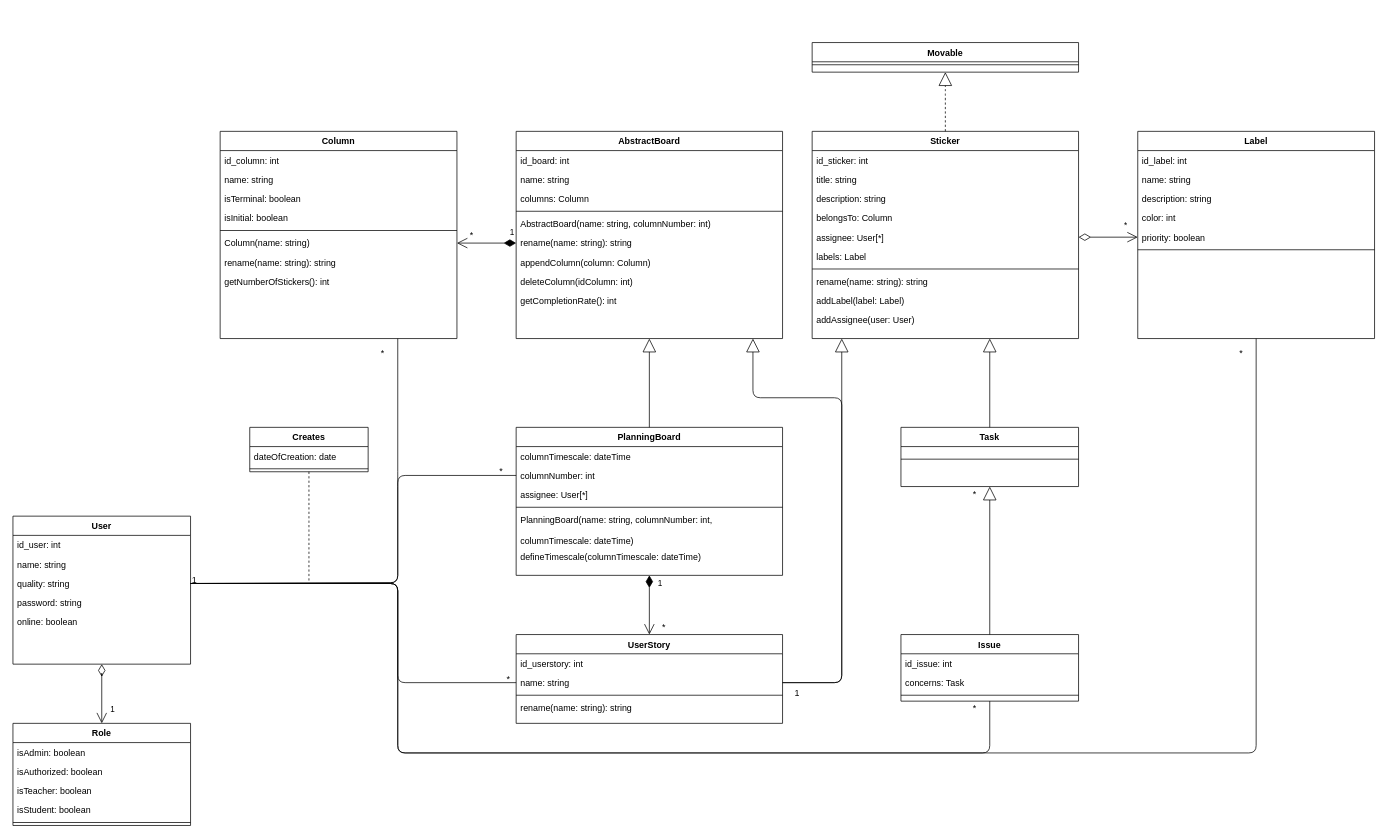
The draw.io diagram Diagrams/Class Diagram.drawio in RedaPengam/Boardy, before the edit. Source tidied: cells renumbered, new cells numbered last; positions are measured from the earlier drawing's top-left corner, leaving out a move shared by most shapes. Both pictures are drawn from the tidied source at 74%, with x=0, y=0 at pixel (13, 42).
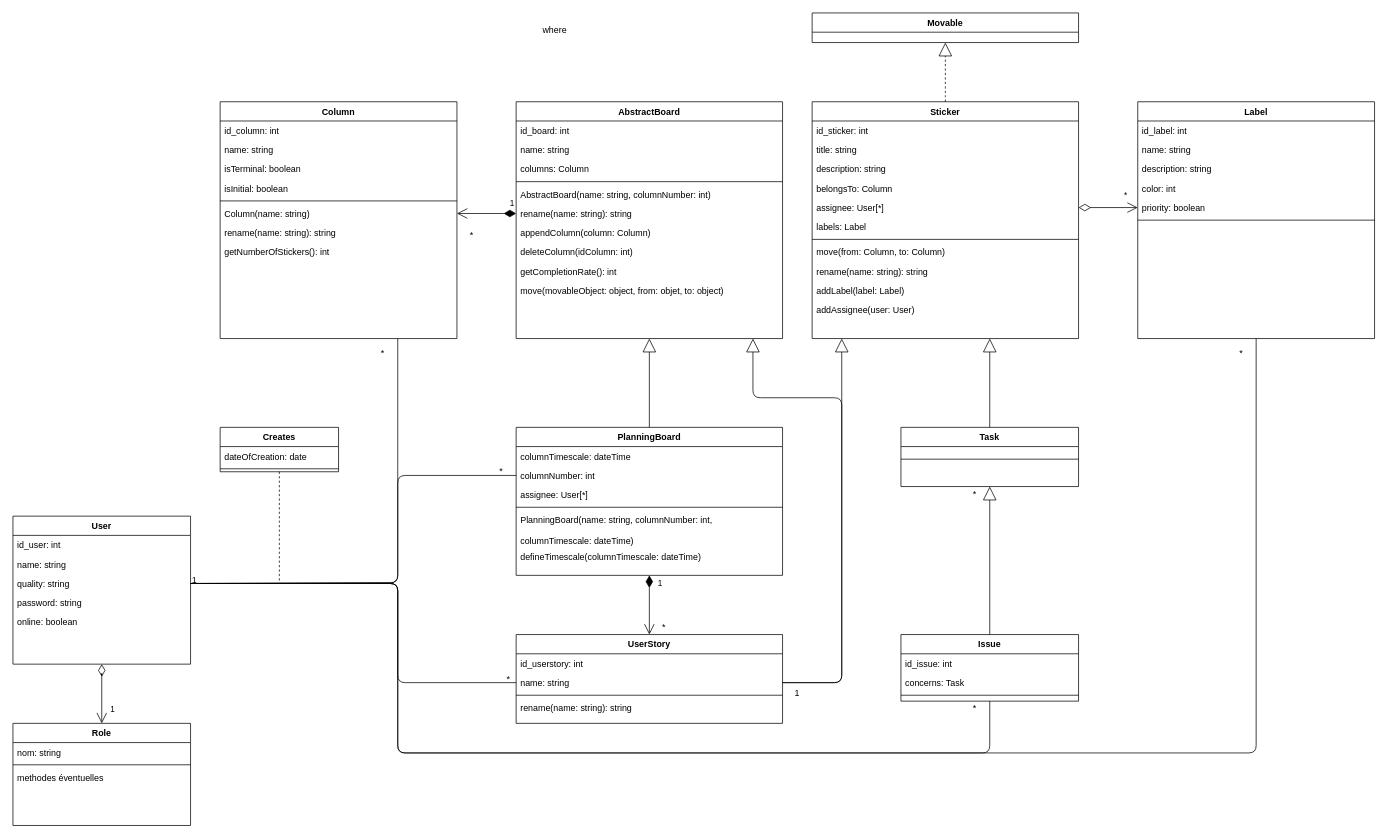
The same page after the edit.

The change refers to these unchanged cells:
```xml
<mxCell id="2" value="User" style="swimlane;fontStyle=1;align=center;verticalAlign=top;horizontal=1;startSize=26;rounded=0;shadow=0;strokeWidth=1;" parent="1" vertex="1">
  <mxGeometry y="640" width="240" height="200" as="geometry" />
</mxCell>
<mxCell id="56" value="Role" style="swimlane;fontStyle=1;align=center;verticalAlign=top;horizontal=1;startSize=26;rounded=0;shadow=0;strokeWidth=1;" parent="1" vertex="1">
  <mxGeometry y="920" width="240" height="138" as="geometry" />
</mxCell>
```

The edit, as a diff of the source:
```diff
@@
     <mxCell id="8" value="AbstractBoard" style="swimlane;fontStyle=1;align=center;verticalAlign=top;horizontal=1;startSize=26;rounded=0;shadow=0;strokeWidth=1;" parent="1" vertex="1">
-      <mxGeometry x="680" y="120" width="360" height="280" as="geometry" />
+      <mxGeometry x="680" y="80" width="360" height="320" as="geometry" />
     </mxCell>
@@
+    <mxCell id="100" value="move(movableObject: object, from: objet, to: object)" style="text;align=left;verticalAlign=top;spacingLeft=4;spacingRight=4;overflow=hidden;" parent="8" vertex="1">
+      <mxGeometry y="242" width="360" height="26" as="geometry" />
+    </mxCell>
@@
     <mxCell id="30" value="Sticker" style="swimlane;fontStyle=1;align=center;verticalAlign=top;horizontal=1;startSize=26;rounded=0;shadow=0;strokeWidth=1;" parent="1" vertex="1">
-      <mxGeometry x="1080" y="120" width="360" height="280" as="geometry" />
+      <mxGeometry x="1080" y="80" width="360" height="320" as="geometry" />
     </mxCell>
@@
+    <mxCell id="101" value="move(from: Column, to: Column)" style="text;align=left;verticalAlign=top;spacingLeft=4;spacingRight=4;overflow=hidden;" parent="30" vertex="1">
+      <mxGeometry y="190" width="360" height="26" as="geometry" />
+    </mxCell>
     <mxCell id="38" value="rename(name: string): string" style="text;align=left;verticalAlign=top;spacingLeft=4;spacingRight=4;overflow=hidden;" parent="30" vertex="1">
-      <mxGeometry y="190" width="360" height="26" as="geometry" />
+      <mxGeometry y="216" width="360" height="26" as="geometry" />
     </mxCell>
     <mxCell id="39" value="addLabel(label: Label)" style="text;align=left;verticalAlign=top;spacingLeft=4;spacingRight=4;overflow=hidden;" parent="30" vertex="1">
-      <mxGeometry y="216" width="360" height="26" as="geometry" />
+      <mxGeometry y="242" width="360" height="26" as="geometry" />
     </mxCell>
     <mxCell id="40" value="addAssignee(user: User)" style="text;align=left;verticalAlign=top;spacingLeft=4;spacingRight=4;overflow=hidden;" parent="30" vertex="1">
-      <mxGeometry y="242" width="360" height="26" as="geometry" />
+      <mxGeometry y="268" width="360" height="26" as="geometry" />
     </mxCell>
@@
     <mxCell id="49" style="edgeStyle=orthogonalEdgeStyle;jettySize=auto;html=1;exitX=0.5;exitY=1;exitDx=0;exitDy=0;endArrow=none;endFill=0;dashed=1;" parent="1" edge="1" source="50">
       <mxGeometry relative="1" as="geometry">
-        <mxPoint x="400" y="730" as="targetPoint" />
+        <mxPoint x="360" y="730" as="targetPoint" />
       </mxGeometry>
     </mxCell>
     <mxCell id="50" value="Creates" style="swimlane;fontStyle=1;align=center;verticalAlign=top;horizontal=1;startSize=26;" parent="1" vertex="1">
-      <mxGeometry x="320" y="520" width="160" height="60" as="geometry" />
+      <mxGeometry x="280" y="520" width="160" height="60" as="geometry" />
     </mxCell>
@@
-    <mxCell id="57" value="isAdmin: boolean" style="text;align=left;verticalAlign=top;spacingLeft=4;spacingRight=4;overflow=hidden;rounded=0;shadow=0;html=0;" parent="56" vertex="1">
-      <mxGeometry y="26" width="240" height="26" as="geometry" />
-    </mxCell>
-    <mxCell id="58" value="isAuthorized: boolean" style="text;align=left;verticalAlign=top;spacingLeft=4;spacingRight=4;overflow=hidden;rounded=0;shadow=0;html=0;" parent="56" vertex="1">
-      <mxGeometry y="52" width="240" height="26" as="geometry" />
+    <mxCell id="58" value="nom: string" style="text;align=left;verticalAlign=top;spacingLeft=4;spacingRight=4;overflow=hidden;rounded=0;shadow=0;html=0;" parent="56" vertex="1">
+      <mxGeometry y="26" width="240" height="26" as="geometry" />
     </mxCell>
-    <mxCell id="59" value="isTeacher: boolean" style="text;align=left;verticalAlign=top;spacingLeft=4;spacingRight=4;overflow=hidden;rounded=0;shadow=0;html=0;" parent="56" vertex="1">
-      <mxGeometry y="78" width="240" height="26" as="geometry" />
-    </mxCell>
-    <mxCell id="60" value="isStudent: boolean" style="text;align=left;verticalAlign=top;spacingLeft=4;spacingRight=4;overflow=hidden;rounded=0;shadow=0;html=0;" parent="56" vertex="1">
-      <mxGeometry y="104" width="240" height="26" as="geometry" />
-    </mxCell>
     <mxCell id="61" style="line;html=1;strokeWidth=1;align=left;verticalAlign=middle;spacingTop=-1;spacingLeft=3;spacingRight=3;labelPosition=right;" parent="56" vertex="1">
-      <mxGeometry y="130" width="240" height="8" as="geometry" />
+      <mxGeometry y="52" width="240" height="8" as="geometry" />
     </mxCell>
+    <mxCell id="102" value="methodes éventuelles" style="text;align=left;verticalAlign=top;spacingLeft=4;spacingRight=4;overflow=hidden;rounded=0;shadow=0;html=0;" parent="56" vertex="1">
+      <mxGeometry y="60" width="240" height="26" as="geometry" />
+    </mxCell>
     <mxCell id="62" value="Column" style="swimlane;fontStyle=1;align=center;verticalAlign=top;horizontal=1;startSize=26;rounded=0;shadow=0;strokeWidth=1;" parent="1" vertex="1">
-      <mxGeometry x="280" y="120" width="320" height="280" as="geometry" />
+      <mxGeometry x="280" y="80" width="320" height="320" as="geometry" />
     </mxCell>
@@
     <mxCell id="71" value="Label" style="swimlane;fontStyle=1;align=center;verticalAlign=top;horizontal=1;startSize=26;rounded=0;shadow=0;strokeWidth=1;" parent="1" vertex="1">
-      <mxGeometry x="1520" y="120" width="320" height="280" as="geometry" />
+      <mxGeometry x="1520" y="80" width="320" height="320" as="geometry" />
     </mxCell>
@@
     <mxCell id="80" value="Movable" style="swimlane;fontStyle=1;align=center;verticalAlign=top;horizontal=1;startSize=26;rounded=0;shadow=0;strokeWidth=1;" parent="1" vertex="1">
-      <mxGeometry x="1080" width="360" height="40" as="geometry" />
+      <mxGeometry x="1080" y="-40" width="360" height="40" as="geometry" />
     </mxCell>
-    <mxCell id="81" style="line;html=1;strokeWidth=1;align=left;verticalAlign=middle;spacingTop=-1;spacingLeft=3;spacingRight=3;labelPosition=right;" parent="80" vertex="1">
-      <mxGeometry y="26" width="360" height="8" as="geometry" />
-    </mxCell>
@@
-    <mxCell id="99" value="1" style="endArrow=open;html=1;endSize=12;startArrow=diamondThin;startSize=14;startFill=0;edgeStyle=orthogonalEdgeStyle;align=left;verticalAlign=bottom;exitX=0.5;exitY=1;exitDx=0;exitDy=0;entryX=0.5;entryY=0;entryDx=0;entryDy=0;" parent="1" edge="1" source="2" target="56">
+    <mxCell id="99" value="1" style="endArrow=open;html=1;endSize=12;startArrow=diamondThin;startSize=14;startFill=0;edgeStyle=orthogonalEdgeStyle;align=left;verticalAlign=bottom;exitX=0.5;exitY=1;exitDx=0;exitDy=0;entryX=0.5;entryY=0;entryDx=0;entryDy=0;" parent="1" edge="1" target="56">
       <mxGeometry x="0.75" y="10" relative="1" as="geometry">
+        <mxPoint x="120" y="840" as="sourcePoint" />
         <Array as="points">
           <mxPoint x="120" y="850" />
           <mxPoint x="120" y="850" />
         </Array>
       </mxGeometry>
     </mxCell>
+    <mxCell id="103" value="where" style="text;align=left;verticalAlign=top;spacingLeft=4;spacingRight=4;overflow=hidden;" parent="1" vertex="1">
+      <mxGeometry x="710" y="-30" width="360" height="26" as="geometry" />
+    </mxCell>
```
